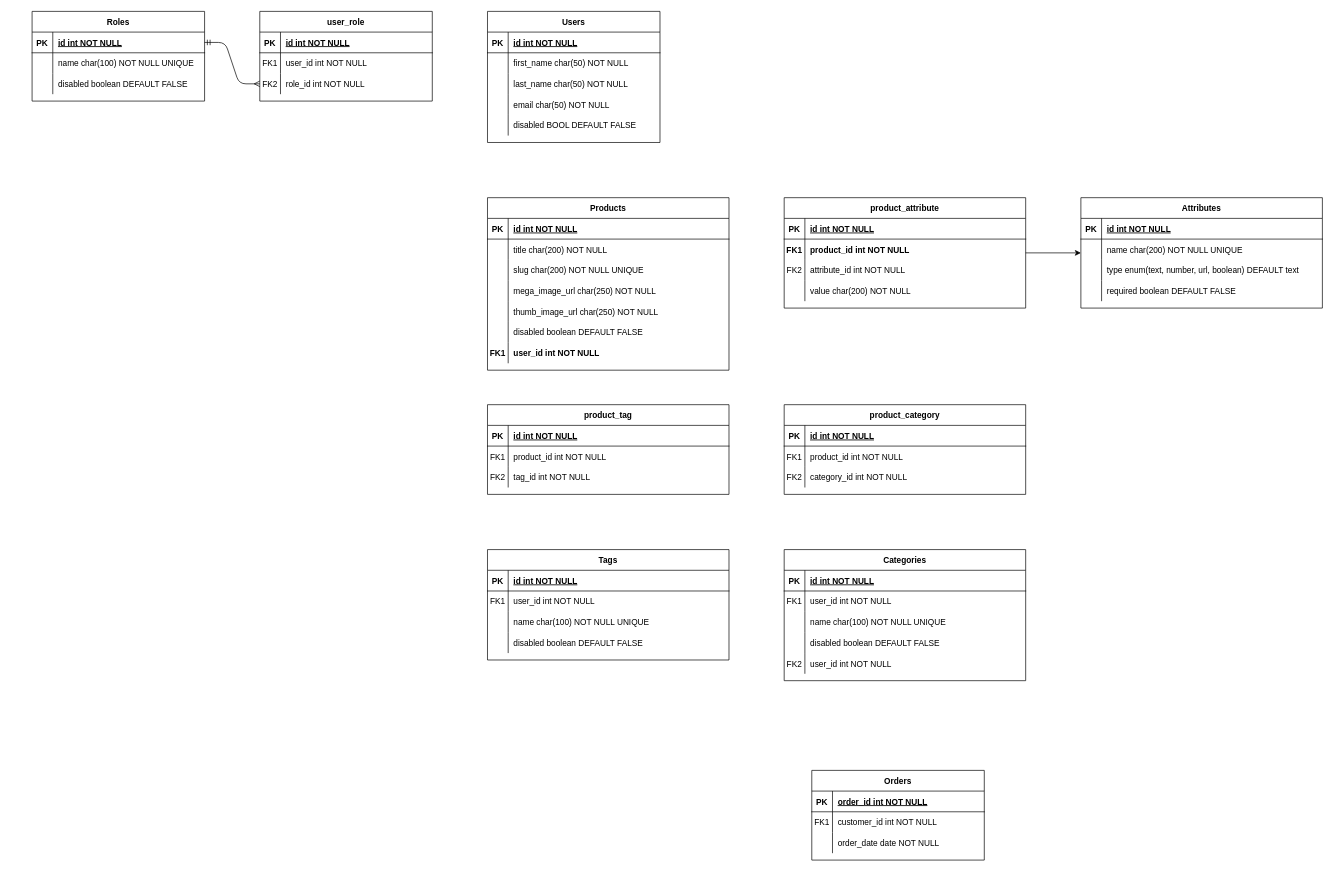
shahin7511/express-commerce keeps this draw.io diagram as dev-docs/erd/ExpressCommerce.drawio. Above is the earlier version. Source tidied: cells renumbered, new cells numbered last; positions are measured from the earlier drawing's top-left corner, leaving out a move shared by most shapes. Both pictures are drawn from the tidied source at 69%, with x=0, y=0 at pixel (32, 11).
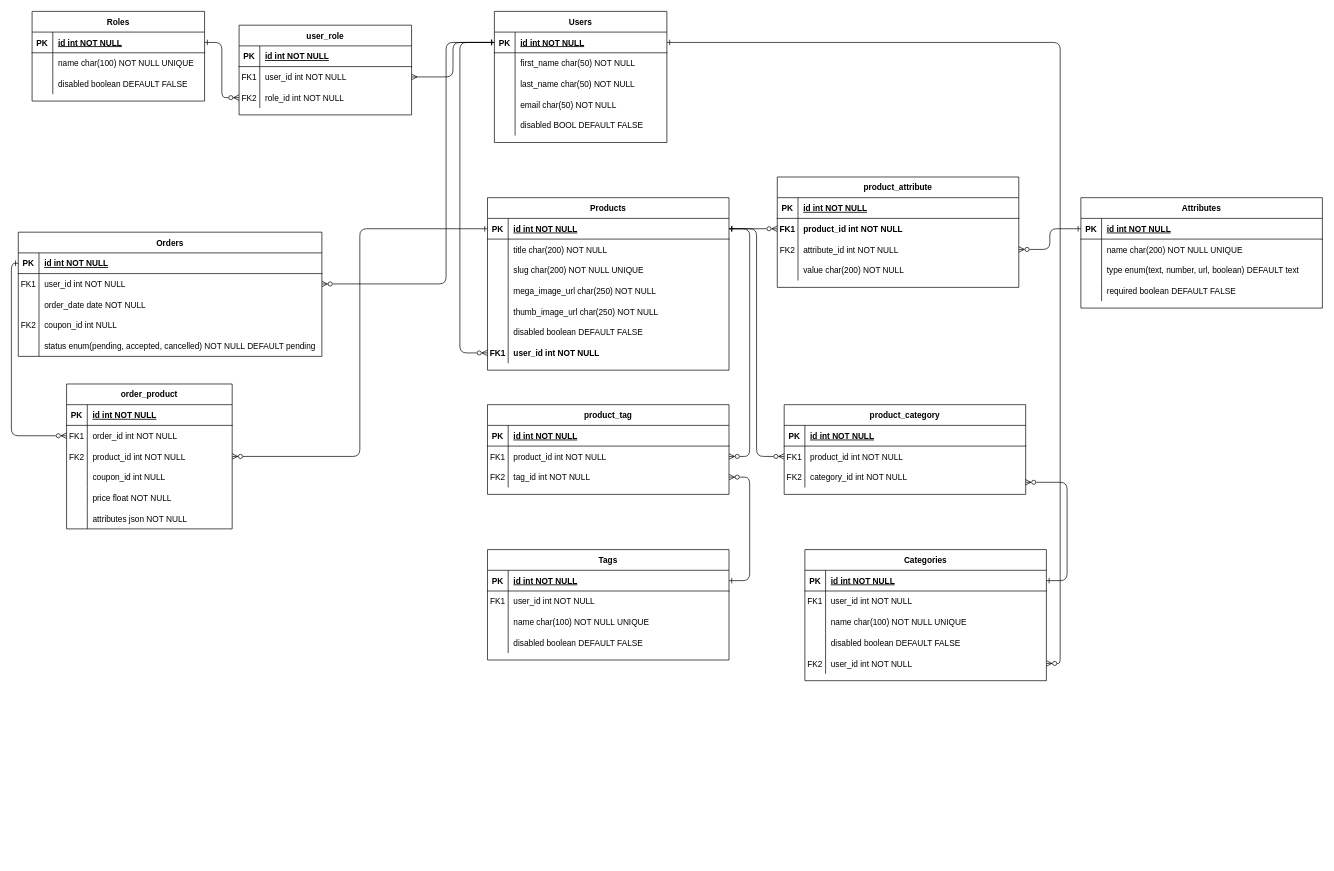
After the change.

Commit message:
erd cardinalities updated

The change refers to these unchanged cells:
```xml
<mxCell id="13" style="shape=partialRectangle;fillColor=none;points=[[0,0.5],[1,0.5]];portConstraint=eastwest;top=0;left=0;right=0;bottom=1;" parent="12" vertex="1">
  <mxGeometry y="30" width="250" height="30" as="geometry" />
</mxCell>
<mxCell id="29" style="shape=partialRectangle;fillColor=none;points=[[0,0.5],[1,0.5]];portConstraint=eastwest;top=0;left=0;right=0;bottom=1;" parent="28" vertex="1">
  <mxGeometry y="30" width="350" height="30" as="geometry" />
</mxCell>
<mxCell id="47" style="shape=partialRectangle;fillColor=none;points=[[0,0.5],[1,0.5]];portConstraint=eastwest;top=0;left=0;right=0;bottom=0;" parent="28" vertex="1">
  <mxGeometry y="210" width="350" height="30" as="geometry" />
</mxCell>
<mxCell id="54" style="shape=partialRectangle;fillColor=none;points=[[0,0.5],[1,0.5]];portConstraint=eastwest;top=0;left=0;right=0;bottom=0;" parent="50" vertex="1">
  <mxGeometry y="60" width="350" height="30" as="geometry" />
</mxCell>
<mxCell id="57" style="shape=partialRectangle;fillColor=none;points=[[0,0.5],[1,0.5]];portConstraint=eastwest;top=0;left=0;right=0;bottom=0;" parent="50" vertex="1">
  <mxGeometry y="90" width="350" height="30" as="geometry" />
</mxCell>
<mxCell id="61" style="shape=partialRectangle;fillColor=none;points=[[0,0.5],[1,0.5]];portConstraint=eastwest;top=0;left=0;right=0;bottom=1;" parent="60" vertex="1">
  <mxGeometry y="30" width="350" height="30" as="geometry" />
</mxCell>
<mxCell id="77" style="shape=partialRectangle;fillColor=none;points=[[0,0.5],[1,0.5]];portConstraint=eastwest;top=0;left=0;right=0;bottom=0;" parent="73" vertex="1">
  <mxGeometry y="60" width="350" height="30" as="geometry" />
</mxCell>
<mxCell id="80" style="shape=partialRectangle;fillColor=none;points=[[0,0.5],[1,0.5]];portConstraint=eastwest;top=0;left=0;right=0;bottom=0;" parent="73" vertex="1">
  <mxGeometry y="90" width="350" height="30" as="geometry" />
</mxCell>
<mxCell id="84" style="shape=partialRectangle;fillColor=none;points=[[0,0.5],[1,0.5]];portConstraint=eastwest;top=0;left=0;right=0;bottom=1;" parent="83" vertex="1">
  <mxGeometry y="30" width="350" height="30" as="geometry" />
</mxCell>
<mxCell id="96" style="shape=partialRectangle;fillColor=none;points=[[0,0.5],[1,0.5]];portConstraint=eastwest;top=0;left=0;right=0;bottom=0;" parent="83" vertex="1">
  <mxGeometry y="150" width="350" height="30" as="geometry" />
</mxCell>
<mxCell id="104" style="shape=partialRectangle;fillColor=none;points=[[0,0.5],[1,0.5]];portConstraint=eastwest;top=0;left=0;right=0;bottom=0;" parent="100" vertex="1">
  <mxGeometry y="60" width="350" height="30" as="geometry" />
</mxCell>
<mxCell id="107" style="shape=partialRectangle;fillColor=none;points=[[0,0.5],[1,0.5]];portConstraint=eastwest;top=0;left=0;right=0;bottom=0;" parent="100" vertex="1">
  <mxGeometry y="90" width="350" height="30" as="geometry" />
</mxCell>
<mxCell id="113" value="Attributes" style="shape=table;startSize=30;childLayout=tableLayout;rowLines=0;fontStyle=1;align=center;" parent="1" vertex="1">
  <mxGeometry x="1520" y="270" width="350" height="160" as="geometry" />
</mxCell>
<mxCell id="114" style="shape=partialRectangle;fillColor=none;points=[[0,0.5],[1,0.5]];portConstraint=eastwest;top=0;left=0;right=0;bottom=1;" parent="113" vertex="1">
  <mxGeometry y="30" width="350" height="30" as="geometry" />
</mxCell>
<mxCell id="130" style="shape=partialRectangle;fillColor=none;points=[[0,0.5],[1,0.5]];portConstraint=eastwest;top=0;left=0;right=0;bottom=0;" parent="126" vertex="1">
  <mxGeometry y="60" width="250" height="30" as="geometry" />
</mxCell>
<mxCell id="133" style="shape=partialRectangle;fillColor=none;points=[[0,0.5],[1,0.5]];portConstraint=eastwest;top=0;left=0;right=0;bottom=0;" parent="126" vertex="1">
  <mxGeometry y="90" width="250" height="30" as="geometry" />
</mxCell>
<mxCell id="137" style="shape=partialRectangle;fillColor=none;points=[[0,0.5],[1,0.5]];portConstraint=eastwest;top=0;left=0;right=0;bottom=1;" parent="136" vertex="1">
  <mxGeometry y="30" width="250" height="30" as="geometry" />
</mxCell>
```

What changed in the source:
```diff
@@
-    <mxCell id="2" value="Orders" style="shape=table;startSize=30;childLayout=tableLayout;rowLines=0;fontStyle=1;align=center;" parent="1" vertex="1">
-      <mxGeometry x="1130" y="1100" width="250" height="130" as="geometry" />
-    </mxCell>
-    <mxCell id="3" style="shape=partialRectangle;fillColor=none;top=0;left=0;right=0;bottom=1;" parent="2" vertex="1">
-      <mxGeometry y="30" width="250" height="30" as="geometry" />
-    </mxCell>
-    <mxCell id="4" value="PK" style="shape=partialRectangle;overflow=hidden;fillColor=none;top=0;left=0;bottom=0;right=0;fontStyle=1;" parent="3" vertex="1">
-      <mxGeometry width="30" height="30" as="geometry" />
-    </mxCell>
-    <mxCell id="5" value="order_id int NOT NULL " style="shape=partialRectangle;overflow=hidden;fillColor=none;top=0;left=0;bottom=0;right=0;align=left;spacingLeft=6;fontStyle=5;" parent="3" vertex="1">
-      <mxGeometry x="30" width="220" height="30" as="geometry" />
-    </mxCell>
-    <mxCell id="6" style="shape=partialRectangle;fillColor=none;top=0;left=0;right=0;bottom=0;" parent="2" vertex="1">
-      <mxGeometry y="60" width="250" height="30" as="geometry" />
-    </mxCell>
-    <mxCell id="7" value="FK1" style="shape=partialRectangle;overflow=hidden;fillColor=none;top=0;left=0;bottom=0;right=0;" parent="6" vertex="1">
-      <mxGeometry width="30" height="30" as="geometry" />
-    </mxCell>
-    <mxCell id="8" value="customer_id int NOT NULL" style="shape=partialRectangle;overflow=hidden;fillColor=none;top=0;left=0;bottom=0;right=0;align=left;spacingLeft=6;" parent="6" vertex="1">
-      <mxGeometry x="30" width="220" height="30" as="geometry" />
-    </mxCell>
-    <mxCell id="9" style="shape=partialRectangle;fillColor=none;top=0;left=0;right=0;bottom=0;" parent="2" vertex="1">
-      <mxGeometry y="90" width="250" height="30" as="geometry" />
-    </mxCell>
-    <mxCell id="10" style="shape=partialRectangle;overflow=hidden;fillColor=none;top=0;left=0;bottom=0;right=0;" parent="9" vertex="1">
-      <mxGeometry width="30" height="30" as="geometry" />
-    </mxCell>
-    <mxCell id="11" value="order_date date NOT NULL" style="shape=partialRectangle;overflow=hidden;fillColor=none;top=0;left=0;bottom=0;right=0;align=left;spacingLeft=6;" parent="9" vertex="1">
-      <mxGeometry x="30" width="220" height="30" as="geometry" />
-    </mxCell>
     <mxCell id="12" value="Users" style="shape=table;startSize=30;childLayout=tableLayout;rowLines=0;fontStyle=1;align=center;" parent="1" vertex="1">
-      <mxGeometry x="660" width="250" height="190" as="geometry" />
+      <mxGeometry x="670" width="250" height="190" as="geometry" />
     </mxCell>
@@
     <mxCell id="83" value="Categories" style="shape=table;startSize=30;childLayout=tableLayout;rowLines=0;fontStyle=1;align=center;" parent="1" vertex="1">
-      <mxGeometry x="1090" y="780" width="350" height="190" as="geometry" />
+      <mxGeometry x="1120" y="780" width="350" height="190" as="geometry" />
     </mxCell>
@@
-    <mxCell id="99" style="edgeStyle=orthogonalEdgeStyle;rounded=0;jettySize=auto;html=1;" parent="1" edge="1" source="100" target="113">
-      <mxGeometry relative="1" as="geometry" />
-    </mxCell>
     <mxCell id="100" value="product_attribute" style="shape=table;startSize=30;childLayout=tableLayout;rowLines=0;fontStyle=1;align=center;" parent="1" vertex="1">
-      <mxGeometry x="1090" y="270" width="350" height="160" as="geometry" />
+      <mxGeometry x="1080" y="240" width="350" height="160" as="geometry" />
     </mxCell>
@@
     <mxCell id="126" value="user_role" style="shape=table;startSize=30;childLayout=tableLayout;rowLines=0;fontStyle=1;align=center;" parent="1" vertex="1">
-      <mxGeometry x="330" width="250" height="130" as="geometry" />
+      <mxGeometry x="300" y="20" width="250" height="130" as="geometry" />
     </mxCell>
@@
-    <mxCell id="146" style="edgeStyle=entityRelationEdgeStyle;rounded=1;jettySize=auto;html=1;exitX=1;exitY=0.5;exitDx=0;exitDy=0;entryX=0;entryY=0.5;entryDx=0;entryDy=0;jumpStyle=none;strokeColor=default;startArrow=ERmandOne;startFill=0;endArrow=ERmany;endFill=0;" parent="1" edge="1" source="137" target="133">
+    <mxCell id="146" style="edgeStyle=orthogonalEdgeStyle;rounded=1;jettySize=auto;html=1;exitX=1;exitY=0.5;exitDx=0;exitDy=0;entryX=0;entryY=0.5;entryDx=0;entryDy=0;jumpStyle=none;strokeColor=default;startArrow=ERone;startFill=0;endArrow=ERzeroToMany;endFill=0;" parent="1" edge="1" source="137" target="133">
       <mxGeometry relative="1" as="geometry" />
     </mxCell>
+    <mxCell id="147" style="edgeStyle=orthogonalEdgeStyle;html=1;startArrow=ERone;startFill=0;endArrow=ERmany;endFill=0;entryX=1;entryY=0.5;entryDx=0;entryDy=0;exitX=0;exitY=0.5;exitDx=0;exitDy=0;" parent="1" edge="1" source="13" target="130">
+      <mxGeometry relative="1" as="geometry" />
+    </mxCell>
+    <mxCell id="148" style="edgeStyle=entityRelationEdgeStyle;html=1;entryX=1;entryY=0.5;entryDx=0;entryDy=0;startArrow=ERone;startFill=0;endArrow=ERzeroToMany;endFill=0;" parent="1" edge="1" source="29" target="54">
+      <mxGeometry relative="1" as="geometry" />
+    </mxCell>
+    <mxCell id="149" style="edgeStyle=entityRelationEdgeStyle;html=1;entryX=1;entryY=0.5;entryDx=0;entryDy=0;startArrow=ERone;startFill=0;endArrow=ERzeroToMany;endFill=0;" parent="1" edge="1" source="61" target="57">
+      <mxGeometry relative="1" as="geometry" />
+    </mxCell>
+    <mxCell id="150" style="edgeStyle=orthogonalEdgeStyle;html=1;entryX=0;entryY=0.5;entryDx=0;entryDy=0;endArrow=ERzeroToMany;startArrow=ERone;startFill=0;endFill=0;exitX=1;exitY=0.5;exitDx=0;exitDy=0;" parent="1" edge="1" source="29" target="104">
+      <mxGeometry relative="1" as="geometry" />
+    </mxCell>
+    <mxCell id="99" style="edgeStyle=orthogonalEdgeStyle;rounded=1;jettySize=auto;html=1;endArrow=ERzeroToMany;startArrow=ERone;startFill=0;endFill=0;entryX=1;entryY=0.5;entryDx=0;entryDy=0;exitX=0;exitY=0.5;exitDx=0;exitDy=0;" parent="1" edge="1" source="114" target="107">
+      <mxGeometry relative="1" as="geometry" />
+    </mxCell>
+    <mxCell id="151" style="edgeStyle=entityRelationEdgeStyle;html=1;entryX=0.999;entryY=0.75;entryDx=0;entryDy=0;entryPerimeter=0;endArrow=ERzeroToMany;startArrow=ERone;startFill=0;endFill=0;" parent="1" edge="1" source="84" target="80">
+      <mxGeometry relative="1" as="geometry" />
+    </mxCell>
+    <mxCell id="152" style="edgeStyle=orthogonalEdgeStyle;html=1;entryX=0;entryY=0.5;entryDx=0;entryDy=0;endArrow=ERzeroToMany;startArrow=ERone;startFill=0;endFill=0;" parent="1" edge="1" source="29" target="77">
+      <mxGeometry relative="1" as="geometry" />
+    </mxCell>
+    <mxCell id="153" style="edgeStyle=orthogonalEdgeStyle;html=1;entryX=1;entryY=0.5;entryDx=0;entryDy=0;endArrow=ERzeroToMany;startArrow=ERone;startFill=0;endFill=0;" parent="1" edge="1" source="13" target="96">
+      <mxGeometry relative="1" as="geometry">
+        <Array as="points">
+          <mxPoint x="1490" y="45" />
+          <mxPoint x="1490" y="945" />
+        </Array>
+      </mxGeometry>
+    </mxCell>
+    <mxCell id="154" style="edgeStyle=orthogonalEdgeStyle;html=1;entryX=0;entryY=0.5;entryDx=0;entryDy=0;endArrow=ERzeroToMany;startArrow=ERone;startFill=0;endFill=0;" parent="1" edge="1" source="13" target="47">
+      <mxGeometry relative="1" as="geometry">
+        <Array as="points">
+          <mxPoint x="620" y="45" />
+          <mxPoint x="620" y="495" />
+        </Array>
+      </mxGeometry>
+    </mxCell>
+    <mxCell id="155" style="html=1;elbow=vertical;endArrow=ERzeroToMany;startArrow=ERone;startFill=0;endFill=0;exitX=0;exitY=0.5;exitDx=0;exitDy=0;entryX=0;entryY=0.5;entryDx=0;entryDy=0;edgeStyle=orthogonalEdgeStyle;" parent="1" edge="1" source="156" target="175">
+      <mxGeometry relative="1" as="geometry" />
+    </mxCell>
+    <mxCell id="2" value="Orders" style="shape=table;startSize=30;childLayout=tableLayout;rowLines=0;fontStyle=1;align=center;" parent="1" vertex="1">
+      <mxGeometry x="-20" y="320" width="440" height="180" as="geometry" />
+    </mxCell>
+    <mxCell id="156" style="shape=tableRow;horizontal=0;startSize=0;swimlaneHead=0;swimlaneBody=0;fillColor=none;points=[[0,0.5],[1,0.5]];portConstraint=eastwest;top=0;left=0;right=0;bottom=1;" parent="2" vertex="1">
+      <mxGeometry y="30" width="440" height="30" as="geometry" />
+    </mxCell>
+    <mxCell id="157" value="PK" style="shape=partialRectangle;fillColor=none;top=0;left=0;bottom=0;right=0;fontStyle=1;overflow=hidden;" parent="156" vertex="1">
+      <mxGeometry width="30" height="30" as="geometry" />
+    </mxCell>
+    <mxCell id="158" value="id int NOT NULL" style="shape=partialRectangle;fillColor=none;top=0;left=0;bottom=0;right=0;align=left;spacingLeft=6;fontStyle=5;overflow=hidden;" parent="156" vertex="1">
+      <mxGeometry x="30" width="410" height="30" as="geometry" />
+    </mxCell>
+    <mxCell id="159" style="shape=tableRow;horizontal=0;startSize=0;swimlaneHead=0;swimlaneBody=0;fillColor=none;points=[[0,0.5],[1,0.5]];portConstraint=eastwest;top=0;left=0;right=0;bottom=0;" parent="2" vertex="1">
+      <mxGeometry y="60" width="440" height="30" as="geometry" />
+    </mxCell>
+    <mxCell id="160" value="FK1" style="shape=partialRectangle;fillColor=none;top=0;left=0;bottom=0;right=0;overflow=hidden;" parent="159" vertex="1">
+      <mxGeometry width="30" height="30" as="geometry" />
+    </mxCell>
+    <mxCell id="161" value="user_id int NOT NULL" style="shape=partialRectangle;fillColor=none;top=0;left=0;bottom=0;right=0;align=left;spacingLeft=6;overflow=hidden;" parent="159" vertex="1">
+      <mxGeometry x="30" width="410" height="30" as="geometry" />
+    </mxCell>
+    <mxCell id="162" style="shape=tableRow;horizontal=0;startSize=0;swimlaneHead=0;swimlaneBody=0;fillColor=none;top=0;left=0;right=0;bottom=0;" parent="2" vertex="1">
+      <mxGeometry y="90" width="440" height="30" as="geometry" />
+    </mxCell>
+    <mxCell id="163" style="shape=partialRectangle;fillColor=none;top=0;left=0;bottom=0;right=0;overflow=hidden;" parent="162" vertex="1">
+      <mxGeometry width="30" height="30" as="geometry" />
+    </mxCell>
+    <mxCell id="11" value="order_date date NOT NULL" style="shape=partialRectangle;fillColor=none;top=0;left=0;bottom=0;right=0;align=left;spacingLeft=6;overflow=hidden;" parent="162" vertex="1">
+      <mxGeometry x="30" width="410" height="30" as="geometry" />
+    </mxCell>
+    <mxCell id="164" style="shape=tableRow;horizontal=0;startSize=0;swimlaneHead=0;swimlaneBody=0;fillColor=none;top=0;left=0;right=0;bottom=0;" parent="2" vertex="1">
+      <mxGeometry y="120" width="440" height="30" as="geometry" />
+    </mxCell>
+    <mxCell id="165" value="FK2" style="shape=partialRectangle;fillColor=none;top=0;left=0;bottom=0;right=0;overflow=hidden;" parent="164" vertex="1">
+      <mxGeometry width="30" height="30" as="geometry" />
+    </mxCell>
+    <mxCell id="166" value="coupon_id int NULL" style="shape=partialRectangle;fillColor=none;top=0;left=0;bottom=0;right=0;align=left;spacingLeft=6;overflow=hidden;" parent="164" vertex="1">
+      <mxGeometry x="30" width="410" height="30" as="geometry" />
+    </mxCell>
+    <mxCell id="167" style="shape=tableRow;horizontal=0;startSize=0;swimlaneHead=0;swimlaneBody=0;fillColor=none;top=0;left=0;right=0;bottom=0;" parent="2" vertex="1">
+      <mxGeometry y="150" width="440" height="30" as="geometry" />
+    </mxCell>
+    <mxCell id="168" style="shape=partialRectangle;fillColor=none;top=0;left=0;bottom=0;right=0;overflow=hidden;" parent="167" vertex="1">
+      <mxGeometry width="30" height="30" as="geometry" />
+    </mxCell>
+    <mxCell id="169" value="status enum(pending, accepted, cancelled) NOT NULL DEFAULT pending" style="shape=partialRectangle;fillColor=none;top=0;left=0;bottom=0;right=0;align=left;spacingLeft=6;overflow=hidden;" parent="167" vertex="1">
+      <mxGeometry x="30" width="410" height="30" as="geometry" />
+    </mxCell>
+    <mxCell id="170" style="elbow=vertical;html=1;entryX=1;entryY=0.5;entryDx=0;entryDy=0;endArrow=ERzeroToMany;startArrow=ERone;startFill=0;endFill=0;edgeStyle=orthogonalEdgeStyle;" parent="1" edge="1" source="13" target="159">
+      <mxGeometry relative="1" as="geometry">
+        <Array as="points">
+          <mxPoint x="600" y="45" />
+          <mxPoint x="600" y="395" />
+        </Array>
+      </mxGeometry>
+    </mxCell>
+    <mxCell id="171" value="order_product" style="shape=table;startSize=30;childLayout=tableLayout;rowLines=0;fontStyle=1;align=center;" parent="1" vertex="1">
+      <mxGeometry x="50" y="540" width="240" height="210" as="geometry" />
+    </mxCell>
+    <mxCell id="172" style="shape=tableRow;horizontal=0;startSize=0;swimlaneHead=0;swimlaneBody=0;fillColor=none;top=0;left=0;right=0;bottom=1;" parent="171" vertex="1">
+      <mxGeometry y="30" width="240" height="30" as="geometry" />
+    </mxCell>
+    <mxCell id="173" value="PK" style="shape=partialRectangle;fillColor=none;top=0;left=0;bottom=0;right=0;fontStyle=1;overflow=hidden;" parent="172" vertex="1">
+      <mxGeometry width="30" height="30" as="geometry" />
+    </mxCell>
+    <mxCell id="174" value="id int NOT NULL" style="shape=partialRectangle;fillColor=none;top=0;left=0;bottom=0;right=0;align=left;spacingLeft=6;fontStyle=5;overflow=hidden;" parent="172" vertex="1">
+      <mxGeometry x="30" width="210" height="30" as="geometry" />
+    </mxCell>
+    <mxCell id="175" style="shape=tableRow;horizontal=0;startSize=0;swimlaneHead=0;swimlaneBody=0;fillColor=none;points=[[0,0.5],[1,0.5]];portConstraint=eastwest;top=0;left=0;right=0;bottom=0;" parent="171" vertex="1">
+      <mxGeometry y="60" width="240" height="30" as="geometry" />
+    </mxCell>
+    <mxCell id="176" value="FK1" style="shape=partialRectangle;fillColor=none;top=0;left=0;bottom=0;right=0;overflow=hidden;" parent="175" vertex="1">
+      <mxGeometry width="30" height="30" as="geometry" />
+    </mxCell>
+    <mxCell id="5" value="order_id int NOT NULL" style="shape=partialRectangle;fillColor=none;top=0;left=0;bottom=0;right=0;align=left;spacingLeft=6;overflow=hidden;" parent="175" vertex="1">
+      <mxGeometry x="30" width="210" height="30" as="geometry" />
+    </mxCell>
+    <mxCell id="177" style="shape=tableRow;horizontal=0;startSize=0;swimlaneHead=0;swimlaneBody=0;fillColor=none;points=[[0,0.5],[1,0.5]];portConstraint=eastwest;top=0;left=0;right=0;bottom=0;" parent="171" vertex="1">
+      <mxGeometry y="90" width="240" height="30" as="geometry" />
+    </mxCell>
+    <mxCell id="178" value="FK2" style="shape=partialRectangle;fillColor=none;top=0;left=0;bottom=0;right=0;overflow=hidden;" parent="177" vertex="1">
+      <mxGeometry width="30" height="30" as="geometry" />
+    </mxCell>
+    <mxCell id="179" value="product_id int NOT NULL" style="shape=partialRectangle;fillColor=none;top=0;left=0;bottom=0;right=0;align=left;spacingLeft=6;overflow=hidden;" parent="177" vertex="1">
+      <mxGeometry x="30" width="210" height="30" as="geometry" />
+    </mxCell>
+    <mxCell id="180" style="shape=tableRow;horizontal=0;startSize=0;swimlaneHead=0;swimlaneBody=0;fillColor=none;top=0;left=0;right=0;bottom=0;" parent="171" vertex="1">
+      <mxGeometry y="120" width="240" height="30" as="geometry" />
+    </mxCell>
+    <mxCell id="181" style="shape=partialRectangle;fillColor=none;top=0;left=0;bottom=0;right=0;overflow=hidden;" parent="180" vertex="1">
+      <mxGeometry width="30" height="30" as="geometry" />
+    </mxCell>
+    <mxCell id="182" value="coupon_id int NULL" style="shape=partialRectangle;fillColor=none;top=0;left=0;bottom=0;right=0;align=left;spacingLeft=6;overflow=hidden;" parent="180" vertex="1">
+      <mxGeometry x="30" width="210" height="30" as="geometry" />
+    </mxCell>
+    <mxCell id="183" style="shape=tableRow;horizontal=0;startSize=0;swimlaneHead=0;swimlaneBody=0;fillColor=none;top=0;left=0;right=0;bottom=0;" parent="171" vertex="1">
+      <mxGeometry y="150" width="240" height="30" as="geometry" />
+    </mxCell>
+    <mxCell id="184" style="shape=partialRectangle;fillColor=none;top=0;left=0;bottom=0;right=0;overflow=hidden;" parent="183" vertex="1">
+      <mxGeometry width="30" height="30" as="geometry" />
+    </mxCell>
+    <mxCell id="185" value="price float NOT NULL" style="shape=partialRectangle;fillColor=none;top=0;left=0;bottom=0;right=0;align=left;spacingLeft=6;overflow=hidden;" parent="183" vertex="1">
+      <mxGeometry x="30" width="210" height="30" as="geometry" />
+    </mxCell>
+    <mxCell id="186" style="shape=tableRow;horizontal=0;startSize=0;swimlaneHead=0;swimlaneBody=0;fillColor=none;top=0;left=0;right=0;bottom=0;" parent="171" vertex="1">
+      <mxGeometry y="180" width="240" height="30" as="geometry" />
+    </mxCell>
+    <mxCell id="187" style="shape=partialRectangle;fillColor=none;top=0;left=0;bottom=0;right=0;overflow=hidden;" parent="186" vertex="1">
+      <mxGeometry width="30" height="30" as="geometry" />
+    </mxCell>
+    <mxCell id="188" value="attributes json NOT NULL" style="shape=partialRectangle;fillColor=none;top=0;left=0;bottom=0;right=0;align=left;spacingLeft=6;overflow=hidden;" parent="186" vertex="1">
+      <mxGeometry x="30" width="210" height="30" as="geometry" />
+    </mxCell>
+    <mxCell id="189" style="edgeStyle=orthogonalEdgeStyle;html=1;entryX=1;entryY=0.5;entryDx=0;entryDy=0;elbow=vertical;endArrow=ERzeroToMany;startArrow=ERone;startFill=0;endFill=0;" parent="1" edge="1" source="29" target="177">
+      <mxGeometry relative="1" as="geometry" />
+    </mxCell>
```
